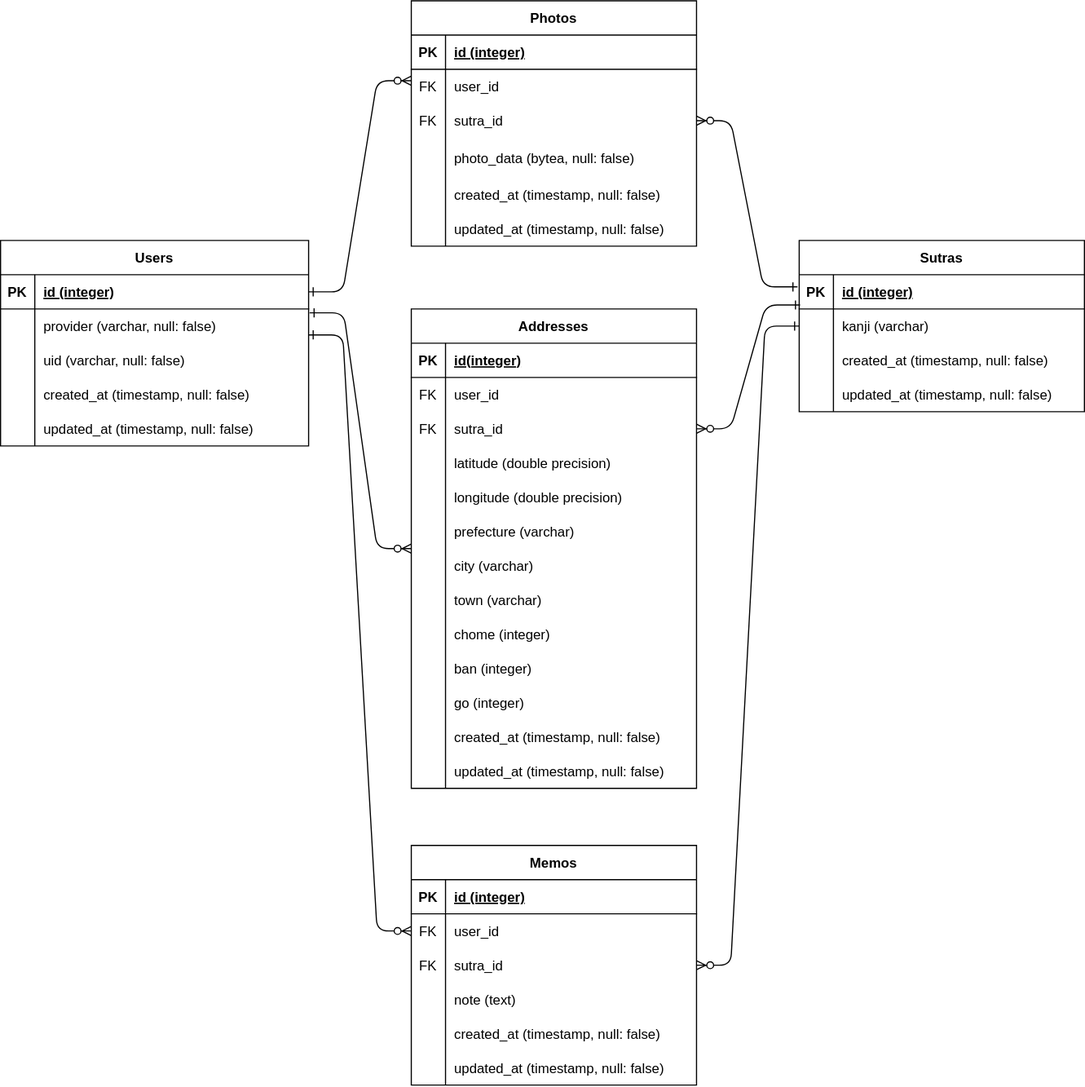
The draw.io diagram outdoor-heart-sutra.drawio.svg in shirotamaki/entity-relationship-diagram, before a commit. Source tidied: cells renumbered, new cells last; positions are measured from the earlier drawing's top-left corner, leaving out a move shared by most shapes.
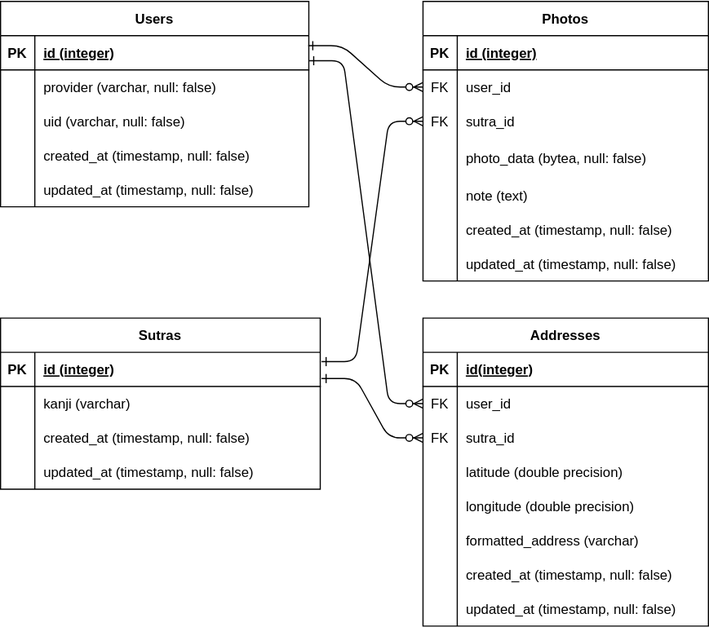
Later version of the same file.

Commit message:
outdoor-heart-sutra.drawio.svg を追加しました。

Change to the diagram source:
```diff
@@ -3,7 +3,7 @@
     <mxCell id="0" />
     <mxCell id="1" parent="0" />
     <mxCell id="2" value="Photos" style="shape=table;startSize=30;rowLines=0;fontStyle=1;align=center;" parent="1" vertex="1">
-      <mxGeometry x="360" width="250" height="215" as="geometry" />
+      <mxGeometry x="400" y="32.5" width="250" height="245" as="geometry" />
     </mxCell>
     <mxCell id="3" style="shape=partialRectangle;fillColor=none;top=0;left=0;right=0;bottom=1;" parent="2" vertex="1">
       <mxGeometry y="30" width="250" height="30" as="geometry" />
@@ -47,7 +47,7 @@
     <mxCell id="16" style="shape=partialRectangle;overflow=hidden;fillColor=none;top=0;left=0;bottom=0;right=0;" parent="15" vertex="1">
       <mxGeometry width="30" height="30" as="geometry" />
     </mxCell>
-    <mxCell id="17" value="created_at (timestamp, null: false)" style="shape=partialRectangle;overflow=hidden;fillColor=none;top=0;left=0;bottom=0;right=0;align=left;spacingLeft=6;" parent="15" vertex="1">
+    <mxCell id="17" value="note (text)" style="shape=partialRectangle;overflow=hidden;fillColor=none;top=0;left=0;bottom=0;right=0;align=left;spacingLeft=6;" parent="15" vertex="1">
       <mxGeometry x="30" width="220" height="30" as="geometry" />
     </mxCell>
     <mxCell id="18" style="shape=partialRectangle;fillColor=none;top=0;left=0;right=0;bottom=0;" parent="2" vertex="1">
@@ -56,11 +56,20 @@
     <mxCell id="19" style="shape=partialRectangle;overflow=hidden;fillColor=none;top=0;left=0;bottom=0;right=0;" parent="18" vertex="1">
       <mxGeometry width="30" height="30" as="geometry" />
     </mxCell>
-    <mxCell id="20" value="updated_at (timestamp, null: false)" style="shape=partialRectangle;overflow=hidden;fillColor=none;top=0;left=0;bottom=0;right=0;align=left;spacingLeft=6;" parent="18" vertex="1">
+    <mxCell id="20" value="created_at (timestamp, null: false)" style="shape=partialRectangle;overflow=hidden;fillColor=none;top=0;left=0;bottom=0;right=0;align=left;spacingLeft=6;" parent="18" vertex="1">
       <mxGeometry x="30" width="220" height="30" as="geometry" />
     </mxCell>
+    <mxCell id="115" style="shape=partialRectangle;fillColor=none;top=0;left=0;right=0;bottom=0;" parent="2" vertex="1">
+      <mxGeometry y="215" width="250" height="30" as="geometry" />
+    </mxCell>
+    <mxCell id="116" style="shape=partialRectangle;overflow=hidden;fillColor=none;top=0;left=0;bottom=0;right=0;" parent="115" vertex="1">
+      <mxGeometry width="30" height="30" as="geometry" />
+    </mxCell>
+    <mxCell id="109" value="updated_at (timestamp, null: false)" style="shape=partialRectangle;overflow=hidden;fillColor=none;top=0;left=0;bottom=0;right=0;align=left;spacingLeft=6;" parent="115" vertex="1">
+      <mxGeometry x="30" width="220" height="30" as="geometry" />
+    </mxCell>
     <mxCell id="21" value="Addresses" style="shape=table;startSize=30;rowLines=0;fontStyle=1;align=center;" parent="1" vertex="1">
-      <mxGeometry x="360" y="270" width="250" height="420" as="geometry" />
+      <mxGeometry x="400" y="310" width="250" height="270" as="geometry" />
     </mxCell>
     <mxCell id="22" style="shape=partialRectangle;fillColor=none;top=0;left=0;right=0;bottom=1;" parent="21" vertex="1">
       <mxGeometry y="30" width="250" height="30" as="geometry" />
@@ -113,56 +122,11 @@
     <mxCell id="38" style="shape=partialRectangle;overflow=hidden;fillColor=none;top=0;left=0;bottom=0;right=0;" parent="37" vertex="1">
       <mxGeometry width="30" height="30" as="geometry" />
     </mxCell>
-    <mxCell id="39" value="prefecture (varchar)" style="shape=partialRectangle;overflow=hidden;fillColor=none;top=0;left=0;bottom=0;right=0;align=left;spacingLeft=6;" parent="37" vertex="1">
+    <mxCell id="39" value="formatted_address (varchar)" style="shape=partialRectangle;overflow=hidden;fillColor=none;top=0;left=0;bottom=0;right=0;align=left;spacingLeft=6;" parent="37" vertex="1">
       <mxGeometry x="30" width="220" height="30" as="geometry" />
     </mxCell>
-    <mxCell id="40" style="shape=partialRectangle;fillColor=none;top=0;left=0;right=0;bottom=0;" parent="21" vertex="1">
-      <mxGeometry y="210" width="250" height="30" as="geometry" />
-    </mxCell>
-    <mxCell id="41" style="shape=partialRectangle;overflow=hidden;fillColor=none;top=0;left=0;bottom=0;right=0;" parent="40" vertex="1">
-      <mxGeometry width="30" height="30" as="geometry" />
-    </mxCell>
-    <mxCell id="42" value="city (varchar)" style="shape=partialRectangle;overflow=hidden;fillColor=none;top=0;left=0;bottom=0;right=0;align=left;spacingLeft=6;" parent="40" vertex="1">
-      <mxGeometry x="30" width="220" height="30" as="geometry" />
-    </mxCell>
-    <mxCell id="43" style="shape=partialRectangle;fillColor=none;top=0;left=0;right=0;bottom=0;" parent="21" vertex="1">
-      <mxGeometry y="240" width="250" height="30" as="geometry" />
-    </mxCell>
-    <mxCell id="44" style="shape=partialRectangle;overflow=hidden;fillColor=none;top=0;left=0;bottom=0;right=0;" parent="43" vertex="1">
-      <mxGeometry width="30" height="30" as="geometry" />
-    </mxCell>
-    <mxCell id="45" value="town (varchar)" style="shape=partialRectangle;overflow=hidden;fillColor=none;top=0;left=0;bottom=0;right=0;align=left;spacingLeft=6;" parent="43" vertex="1">
-      <mxGeometry x="30" width="220" height="30" as="geometry" />
-    </mxCell>
-    <mxCell id="46" style="shape=partialRectangle;fillColor=none;top=0;left=0;right=0;bottom=0;" parent="21" vertex="1">
-      <mxGeometry y="270" width="250" height="30" as="geometry" />
-    </mxCell>
-    <mxCell id="47" style="shape=partialRectangle;overflow=hidden;fillColor=none;top=0;left=0;bottom=0;right=0;" parent="46" vertex="1">
-      <mxGeometry width="30" height="30" as="geometry" />
-    </mxCell>
-    <mxCell id="48" value="chome (integer)" style="shape=partialRectangle;overflow=hidden;fillColor=none;top=0;left=0;bottom=0;right=0;align=left;spacingLeft=6;" parent="46" vertex="1">
-      <mxGeometry x="30" width="220" height="30" as="geometry" />
-    </mxCell>
-    <mxCell id="49" style="shape=partialRectangle;fillColor=none;top=0;left=0;right=0;bottom=0;" parent="21" vertex="1">
-      <mxGeometry y="300" width="250" height="30" as="geometry" />
-    </mxCell>
-    <mxCell id="50" style="shape=partialRectangle;overflow=hidden;fillColor=none;top=0;left=0;bottom=0;right=0;" parent="49" vertex="1">
-      <mxGeometry width="30" height="30" as="geometry" />
-    </mxCell>
-    <mxCell id="51" value="ban (integer)" style="shape=partialRectangle;overflow=hidden;fillColor=none;top=0;left=0;bottom=0;right=0;align=left;spacingLeft=6;" parent="49" vertex="1">
-      <mxGeometry x="30" width="220" height="30" as="geometry" />
-    </mxCell>
-    <mxCell id="52" style="shape=partialRectangle;fillColor=none;top=0;left=0;right=0;bottom=0;" parent="21" vertex="1">
-      <mxGeometry y="330" width="250" height="30" as="geometry" />
-    </mxCell>
-    <mxCell id="53" style="shape=partialRectangle;overflow=hidden;fillColor=none;top=0;left=0;bottom=0;right=0;" parent="52" vertex="1">
-      <mxGeometry width="30" height="30" as="geometry" />
-    </mxCell>
-    <mxCell id="54" value="go (integer)" style="shape=partialRectangle;overflow=hidden;fillColor=none;top=0;left=0;bottom=0;right=0;align=left;spacingLeft=6;" parent="52" vertex="1">
-      <mxGeometry x="30" width="220" height="30" as="geometry" />
-    </mxCell>
     <mxCell id="55" style="shape=partialRectangle;fillColor=none;top=0;left=0;right=0;bottom=0;" parent="21" vertex="1">
-      <mxGeometry y="360" width="250" height="30" as="geometry" />
+      <mxGeometry y="210" width="250" height="30" as="geometry" />
     </mxCell>
     <mxCell id="56" style="shape=partialRectangle;overflow=hidden;fillColor=none;top=0;left=0;bottom=0;right=0;" parent="55" vertex="1">
       <mxGeometry width="30" height="30" as="geometry" />
@@ -171,7 +135,7 @@
       <mxGeometry x="30" width="220" height="30" as="geometry" />
     </mxCell>
     <mxCell id="58" style="shape=partialRectangle;fillColor=none;top=0;left=0;right=0;bottom=0;" parent="21" vertex="1">
-      <mxGeometry y="390" width="250" height="30" as="geometry" />
+      <mxGeometry y="240" width="250" height="30" as="geometry" />
     </mxCell>
     <mxCell id="59" style="shape=partialRectangle;overflow=hidden;fillColor=none;top=0;left=0;bottom=0;right=0;" parent="58" vertex="1">
       <mxGeometry width="30" height="30" as="geometry" />
@@ -180,7 +144,7 @@
       <mxGeometry x="30" width="220" height="30" as="geometry" />
     </mxCell>
     <mxCell id="61" value="Users" style="shape=table;startSize=30;rowLines=0;fontStyle=1;align=center;" parent="1" vertex="1">
-      <mxGeometry y="210" width="270" height="180" as="geometry" />
+      <mxGeometry x="30" y="32.5" width="270" height="180" as="geometry" />
     </mxCell>
     <mxCell id="62" style="shape=partialRectangle;fillColor=none;points=[[0,0.5],[1,0.5]];portConstraint=eastwest;top=0;left=0;right=0;bottom=1;" parent="61" vertex="1">
       <mxGeometry y="30" width="270" height="30" as="geometry" />
@@ -228,122 +192,55 @@
       <mxGeometry x="30" width="240" height="30" as="geometry" />
     </mxCell>
     <mxCell id="77" value="Sutras" style="shape=table;startSize=30;rowLines=0;fontStyle=1;align=center;" parent="1" vertex="1">
-      <mxGeometry x="700" y="210" width="250" height="150" as="geometry" />
+      <mxGeometry x="30" y="310" width="280" height="150" as="geometry" />
     </mxCell>
     <mxCell id="78" style="shape=partialRectangle;fillColor=none;points=[[0,0.5],[1,0.5]];portConstraint=eastwest;top=0;left=0;right=0;bottom=1;" parent="77" vertex="1">
-      <mxGeometry y="30" width="250" height="30" as="geometry" />
+      <mxGeometry y="30" width="280" height="30" as="geometry" />
     </mxCell>
     <mxCell id="79" value="PK" style="shape=partialRectangle;overflow=hidden;fillColor=none;top=0;left=0;bottom=0;right=0;fontStyle=1;" parent="78" vertex="1">
       <mxGeometry width="30" height="30" as="geometry" />
     </mxCell>
     <mxCell id="80" value="id (integer)" style="shape=partialRectangle;overflow=hidden;fillColor=none;top=0;left=0;bottom=0;right=0;align=left;spacingLeft=6;fontStyle=5;" parent="78" vertex="1">
-      <mxGeometry x="30" width="220" height="30" as="geometry" />
+      <mxGeometry x="30" width="250" height="30" as="geometry" />
     </mxCell>
     <mxCell id="81" style="shape=partialRectangle;fillColor=none;points=[[0,0.5],[1,0.5]];portConstraint=eastwest;top=0;left=0;right=0;bottom=0;" parent="77" vertex="1">
-      <mxGeometry y="60" width="250" height="30" as="geometry" />
+      <mxGeometry y="60" width="280" height="30" as="geometry" />
     </mxCell>
     <mxCell id="82" style="shape=partialRectangle;overflow=hidden;fillColor=none;top=0;left=0;bottom=0;right=0;" parent="81" vertex="1">
       <mxGeometry width="30" height="30" as="geometry" />
     </mxCell>
     <mxCell id="83" value="kanji (varchar)" style="shape=partialRectangle;overflow=hidden;fillColor=none;top=0;left=0;bottom=0;right=0;align=left;spacingLeft=6;" parent="81" vertex="1">
-      <mxGeometry x="30" width="220" height="30" as="geometry" />
+      <mxGeometry x="30" width="250" height="30" as="geometry" />
     </mxCell>
     <mxCell id="84" style="shape=partialRectangle;fillColor=none;top=0;left=0;right=0;bottom=0;" parent="77" vertex="1">
-      <mxGeometry y="90" width="250" height="30" as="geometry" />
+      <mxGeometry y="90" width="280" height="30" as="geometry" />
     </mxCell>
     <mxCell id="85" style="shape=partialRectangle;overflow=hidden;fillColor=none;top=0;left=0;bottom=0;right=0;" parent="84" vertex="1">
       <mxGeometry width="30" height="30" as="geometry" />
     </mxCell>
     <mxCell id="86" value="created_at (timestamp, null: false)" style="shape=partialRectangle;overflow=hidden;fillColor=none;top=0;left=0;bottom=0;right=0;align=left;spacingLeft=6;" parent="84" vertex="1">
-      <mxGeometry x="30" width="220" height="30" as="geometry" />
+      <mxGeometry x="30" width="250" height="30" as="geometry" />
     </mxCell>
     <mxCell id="87" style="shape=partialRectangle;fillColor=none;top=0;left=0;right=0;bottom=0;" parent="77" vertex="1">
-      <mxGeometry y="120" width="250" height="30" as="geometry" />
+      <mxGeometry y="120" width="280" height="30" as="geometry" />
     </mxCell>
     <mxCell id="88" style="shape=partialRectangle;overflow=hidden;fillColor=none;top=0;left=0;bottom=0;right=0;" parent="87" vertex="1">
       <mxGeometry width="30" height="30" as="geometry" />
     </mxCell>
     <mxCell id="89" value="updated_at (timestamp, null: false)" style="shape=partialRectangle;overflow=hidden;fillColor=none;top=0;left=0;bottom=0;right=0;align=left;spacingLeft=6;" parent="87" vertex="1">
-      <mxGeometry x="30" width="220" height="30" as="geometry" />
+      <mxGeometry x="30" width="250" height="30" as="geometry" />
     </mxCell>
-    <mxCell id="90" style="edgeStyle=entityRelationEdgeStyle;endArrow=ERzeroToMany;startArrow=ERone;endFill=1;startFill=0;exitX=1;exitY=0.5;exitDx=0;exitDy=0;entryX=0;entryY=0.333;entryDx=0;entryDy=0;entryPerimeter=0;" parent="1" edge="1" source="62" target="6">
+    <mxCell id="90" style="edgeStyle=entityRelationEdgeStyle;endArrow=ERzeroToMany;startArrow=ERone;endFill=1;startFill=0;exitX=0.998;exitY=0.293;exitDx=0;exitDy=0;entryX=0;entryY=0.5;entryDx=0;entryDy=0;exitPerimeter=0;" parent="1" edge="1" source="62" target="6">
       <mxGeometry relative="1" as="geometry" />
     </mxCell>
-    <mxCell id="91" value="Memos" style="shape=table;startSize=30;rowLines=0;fontStyle=1;align=center;" parent="1" vertex="1">
-      <mxGeometry x="360" y="740" width="250" height="210" as="geometry" />
-    </mxCell>
-    <mxCell id="92" style="shape=partialRectangle;fillColor=none;top=0;left=0;right=0;bottom=1;" parent="91" vertex="1">
-      <mxGeometry y="30" width="250" height="30" as="geometry" />
-    </mxCell>
-    <mxCell id="93" value="PK" style="shape=partialRectangle;overflow=hidden;fillColor=none;top=0;left=0;bottom=0;right=0;fontStyle=1;" parent="92" vertex="1">
-      <mxGeometry width="30" height="30" as="geometry" />
-    </mxCell>
-    <mxCell id="94" value="id (integer) " style="shape=partialRectangle;overflow=hidden;fillColor=none;top=0;left=0;bottom=0;right=0;align=left;spacingLeft=6;fontStyle=5;" parent="92" vertex="1">
-      <mxGeometry x="30" width="220" height="30" as="geometry" />
-    </mxCell>
-    <mxCell id="95" style="shape=partialRectangle;fillColor=none;points=[[0,0.5],[1,0.5]];portConstraint=eastwest;top=0;left=0;right=0;bottom=0;" parent="91" vertex="1">
-      <mxGeometry y="60" width="250" height="30" as="geometry" />
-    </mxCell>
-    <mxCell id="96" value="FK" style="shape=partialRectangle;overflow=hidden;fillColor=none;top=0;left=0;bottom=0;right=0;" parent="95" vertex="1">
-      <mxGeometry width="30" height="30" as="geometry" />
-    </mxCell>
-    <mxCell id="97" value="user_id" style="shape=partialRectangle;overflow=hidden;fillColor=none;top=0;left=0;bottom=0;right=0;align=left;spacingLeft=6;" parent="95" vertex="1">
-      <mxGeometry x="30" width="220" height="30" as="geometry" />
-    </mxCell>
-    <mxCell id="98" style="shape=partialRectangle;fillColor=none;points=[[0,0.5],[1,0.5]];portConstraint=eastwest;top=0;left=0;right=0;bottom=0;" parent="91" vertex="1">
-      <mxGeometry y="90" width="250" height="30" as="geometry" />
-    </mxCell>
-    <mxCell id="99" value="FK" style="shape=partialRectangle;overflow=hidden;fillColor=none;top=0;left=0;bottom=0;right=0;" parent="98" vertex="1">
-      <mxGeometry width="30" height="30" as="geometry" />
-    </mxCell>
-    <mxCell id="100" value="sutra_id" style="shape=partialRectangle;overflow=hidden;fillColor=none;top=0;left=0;bottom=0;right=0;align=left;spacingLeft=6;" parent="98" vertex="1">
-      <mxGeometry x="30" width="220" height="30" as="geometry" />
-    </mxCell>
-    <mxCell id="101" style="shape=partialRectangle;fillColor=none;top=0;left=0;right=0;bottom=0;" parent="91" vertex="1">
-      <mxGeometry y="120" width="250" height="30" as="geometry" />
-    </mxCell>
-    <mxCell id="102" style="shape=partialRectangle;overflow=hidden;fillColor=none;top=0;left=0;bottom=0;right=0;" parent="101" vertex="1">
-      <mxGeometry width="30" height="30" as="geometry" />
-    </mxCell>
-    <mxCell id="103" value="note (text)" style="shape=partialRectangle;overflow=hidden;fillColor=none;top=0;left=0;bottom=0;right=0;align=left;spacingLeft=6;" parent="101" vertex="1">
-      <mxGeometry x="30" width="220" height="30" as="geometry" />
-    </mxCell>
-    <mxCell id="104" style="shape=partialRectangle;fillColor=none;top=0;left=0;right=0;bottom=0;" parent="91" vertex="1">
-      <mxGeometry y="150" width="250" height="30" as="geometry" />
-    </mxCell>
-    <mxCell id="105" style="shape=partialRectangle;overflow=hidden;fillColor=none;top=0;left=0;bottom=0;right=0;" parent="104" vertex="1">
-      <mxGeometry width="30" height="30" as="geometry" />
-    </mxCell>
-    <mxCell id="106" value="created_at (timestamp, null: false)" style="shape=partialRectangle;overflow=hidden;fillColor=none;top=0;left=0;bottom=0;right=0;align=left;spacingLeft=6;" parent="104" vertex="1">
-      <mxGeometry x="30" width="220" height="30" as="geometry" />
-    </mxCell>
-    <mxCell id="107" style="shape=partialRectangle;fillColor=none;top=0;left=0;right=0;bottom=0;" parent="91" vertex="1">
-      <mxGeometry y="180" width="250" height="30" as="geometry" />
-    </mxCell>
-    <mxCell id="108" style="shape=partialRectangle;overflow=hidden;fillColor=none;top=0;left=0;bottom=0;right=0;" parent="107" vertex="1">
-      <mxGeometry width="30" height="30" as="geometry" />
-    </mxCell>
-    <mxCell id="109" value="updated_at (timestamp, null: false)" style="shape=partialRectangle;overflow=hidden;fillColor=none;top=0;left=0;bottom=0;right=0;align=left;spacingLeft=6;" parent="107" vertex="1">
-      <mxGeometry x="30" width="220" height="30" as="geometry" />
-    </mxCell>
-    <mxCell id="110" style="edgeStyle=entityRelationEdgeStyle;endArrow=ERzeroToMany;startArrow=ERone;endFill=1;startFill=0;exitX=1.008;exitY=0.114;exitDx=0;exitDy=0;exitPerimeter=0;entryX=0;entryY=0.5;entryDx=0;entryDy=0;" parent="1" edge="1" target="21">
-      <mxGeometry relative="1" as="geometry">
-        <mxPoint x="270.8" y="273.4" as="sourcePoint" />
-      </mxGeometry>
+    <mxCell id="110" style="edgeStyle=entityRelationEdgeStyle;endArrow=ERzeroToMany;startArrow=ERone;endFill=1;startFill=0;entryX=0;entryY=0.5;entryDx=0;entryDy=0;exitX=1.001;exitY=0.731;exitDx=0;exitDy=0;exitPerimeter=0;" parent="1" edge="1" source="62" target="25">
+      <mxGeometry relative="1" as="geometry" />
     </mxCell>
-    <mxCell id="111" style="edgeStyle=entityRelationEdgeStyle;endArrow=ERzeroToMany;startArrow=ERone;endFill=1;startFill=0;exitX=1;exitY=0.758;exitDx=0;exitDy=0;exitPerimeter=0;entryX=0;entryY=0.5;entryDx=0;entryDy=0;" parent="1" edge="1" target="95">
-      <mxGeometry relative="1" as="geometry">
-        <mxPoint x="270" y="292.7" as="sourcePoint" />
-      </mxGeometry>
-    </mxCell>
-    <mxCell id="112" style="edgeStyle=entityRelationEdgeStyle;endArrow=ERzeroToMany;startArrow=ERone;endFill=1;startFill=0;exitX=-0.006;exitY=0.355;exitDx=0;exitDy=0;exitPerimeter=0;entryX=1;entryY=0.5;entryDx=0;entryDy=0;" parent="1" edge="1" source="78" target="9">
+    <mxCell id="112" style="edgeStyle=entityRelationEdgeStyle;endArrow=ERzeroToMany;startArrow=ERone;endFill=1;startFill=0;exitX=1.004;exitY=0.272;exitDx=0;exitDy=0;entryX=0;entryY=0.5;entryDx=0;entryDy=0;exitPerimeter=0;" parent="1" edge="1" source="78" target="9">
       <mxGeometry relative="1" as="geometry" />
     </mxCell>
-    <mxCell id="113" style="edgeStyle=entityRelationEdgeStyle;endArrow=ERzeroToMany;startArrow=ERone;endFill=1;startFill=0;exitX=0.003;exitY=-0.116;exitDx=0;exitDy=0;exitPerimeter=0;" parent="1" edge="1" source="81" target="28">
+    <mxCell id="113" style="edgeStyle=entityRelationEdgeStyle;endArrow=ERzeroToMany;startArrow=ERone;endFill=1;startFill=0;exitX=1.004;exitY=0.767;exitDx=0;exitDy=0;exitPerimeter=0;" parent="1" edge="1" source="78" target="28">
       <mxGeometry relative="1" as="geometry" />
     </mxCell>
-    <mxCell id="114" style="edgeStyle=entityRelationEdgeStyle;endArrow=ERzeroToMany;startArrow=ERone;endFill=1;startFill=0;exitX=0;exitY=0.5;exitDx=0;exitDy=0;entryX=1;entryY=0.5;entryDx=0;entryDy=0;" parent="1" edge="1" source="81" target="98">
-      <mxGeometry relative="1" as="geometry" />
-    </mxCell>
   </root>
 </mxGraphModel>
```
